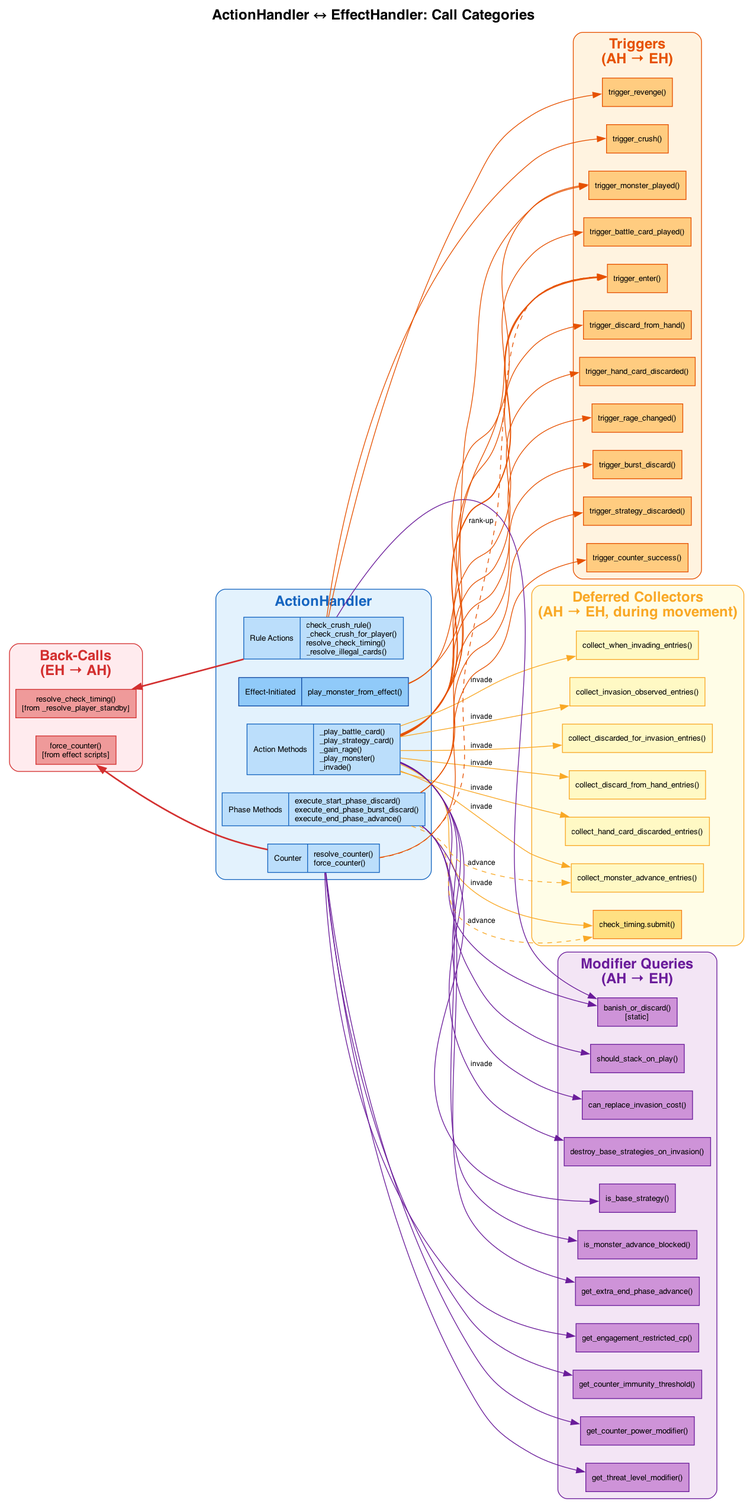
hunterdurbin/godzilla-sim keeps this Graphviz diagram as docs/graphs/call_categories.png. Above is the earlier version. Its source is kept beside it as docs/graphs/call_categories.dot.
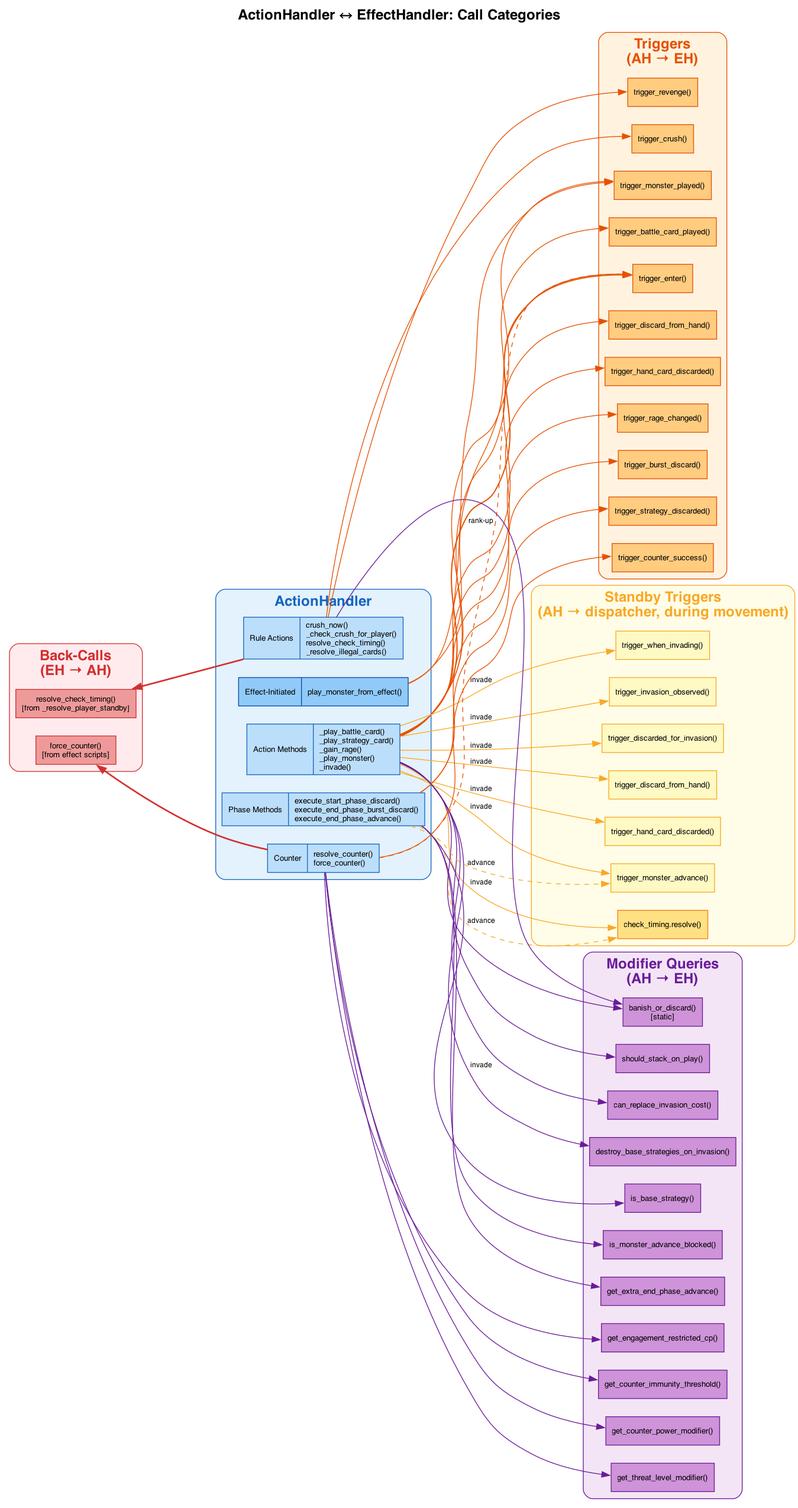
After the commit.

The edit, as a diff of the source:
```diff
@@ -24,7 +24,7 @@
 
         ah_counter [label="{Counter|resolve_counter()\lforce_counter()\l}" fillcolor="#BBDEFB" color="#1565C0"]
 
-        ah_rules [label="{Rule Actions|check_crush_rule()\l_check_crush_for_player()\lresolve_check_timing()\l_resolve_illegal_cards()\l}" fillcolor="#BBDEFB" color="#1565C0"]
+        ah_rules [label="{Rule Actions|crush_now()\l_check_crush_for_player()\lresolve_check_timing()\l_resolve_illegal_cards()\l}" fillcolor="#BBDEFB" color="#1565C0"]
 
         ah_special [label="{Effect-Initiated|play_monster_from_effect()\l}" fillcolor="#90CAF9" color="#0D47A1"]
     }
@@ -50,19 +50,19 @@
     }
 
     subgraph cluster_deferred {
-        label="Deferred Collectors\n(AH → EH, during movement)"
+        label="Standby Triggers\n(AH → dispatcher, during movement)"
         style=rounded
         color="#F9A825"
         fontcolor="#F9A825"
         bgcolor="#FFFDE7"
 
-        col_wi [label="collect_when_invading_entries()" fillcolor="#FFF9C4" color="#F9A825"]
-        col_ma [label="collect_monster_advance_entries()" fillcolor="#FFF9C4" color="#F9A825"]
-        col_io [label="collect_invasion_observed_entries()" fillcolor="#FFF9C4" color="#F9A825"]
-        col_dfi [label="collect_discarded_for_invasion_entries()" fillcolor="#FFF9C4" color="#F9A825"]
-        col_dfh [label="collect_discard_from_hand_entries()" fillcolor="#FFF9C4" color="#F9A825"]
-        col_hcd [label="collect_hand_card_discarded_entries()" fillcolor="#FFF9C4" color="#F9A825"]
-        resolve_def [label="check_timing.submit()" fillcolor="#FFE082" color="#F57F17"]
+        col_wi [label="trigger_when_invading()" fillcolor="#FFF9C4" color="#F9A825"]
+        col_ma [label="trigger_monster_advance()" fillcolor="#FFF9C4" color="#F9A825"]
+        col_io [label="trigger_invasion_observed()" fillcolor="#FFF9C4" color="#F9A825"]
+        col_dfi [label="trigger_discarded_for_invasion()" fillcolor="#FFF9C4" color="#F9A825"]
+        col_dfh [label="trigger_discard_from_hand()" fillcolor="#FFF9C4" color="#F9A825"]
+        col_hcd [label="trigger_hand_card_discarded()" fillcolor="#FFF9C4" color="#F9A825"]
+        resolve_def [label="check_timing.resolve()" fillcolor="#FFE082" color="#F57F17"]
     }
 
     subgraph cluster_modifiers {
```
